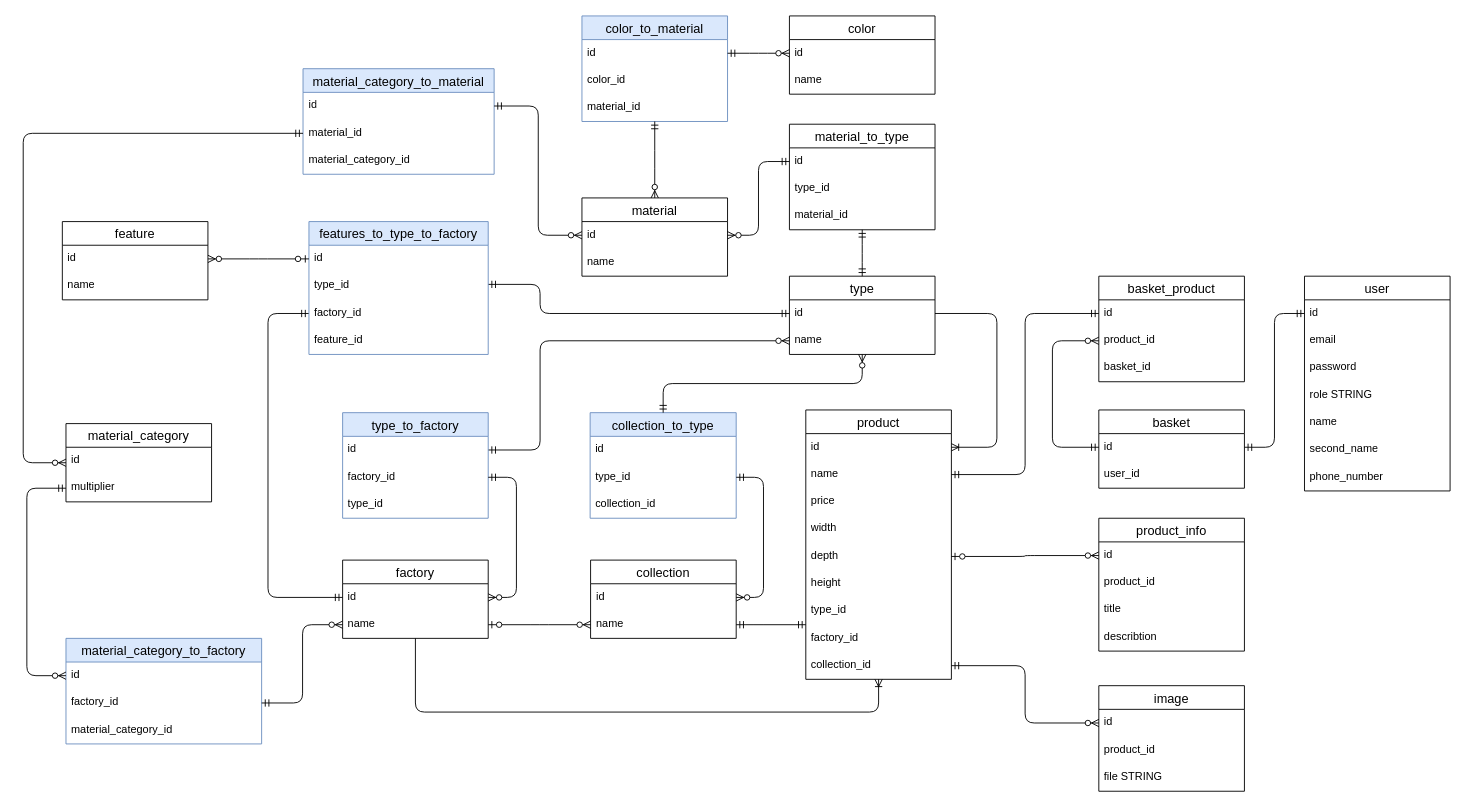
Earlier version of the draw.io diagram DB-riazanov-shop.drawio (Ingwaruz/riazanov-mebel-shop). Source tidied: cells renumbered, new cells numbered last; positions are measured from the earlier drawing's top-left corner, leaving out a move shared by most shapes. Both pictures are drawn from the tidied source at 91%, with x=0, y=0 at pixel (23, 15).
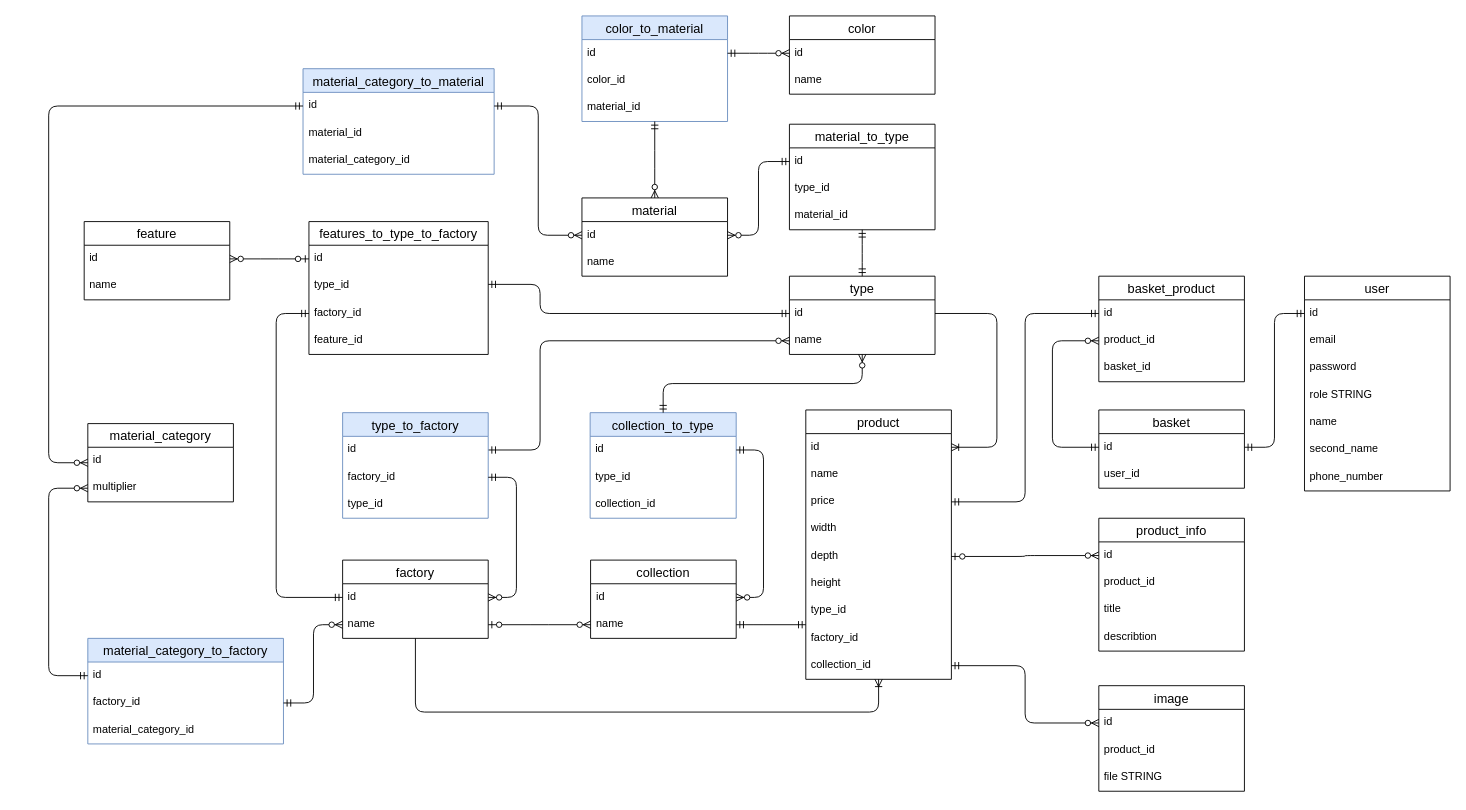
After the change.

Commit message (it also covers changes not shown here):
fix db, fix product controller, change db schema

Unchanged cells that the change refers to:
```xml
<mxCell id="15" value="name" style="text;strokeColor=none;fillColor=none;spacingLeft=4;spacingRight=4;overflow=hidden;points=[[0,0.5],[1,0.5]];portConstraint=eastwest;fontSize=12;whiteSpace=wrap;html=1;" parent="13" vertex="1">
  <mxGeometry y="56" width="160" height="30" as="geometry" />
</mxCell>
<mxCell id="16" value="price" style="text;strokeColor=none;fillColor=none;spacingLeft=4;spacingRight=4;overflow=hidden;points=[[0,0.5],[1,0.5]];portConstraint=eastwest;fontSize=12;whiteSpace=wrap;html=1;" parent="13" vertex="1">
  <mxGeometry y="86" width="160" height="30" as="geometry" />
</mxCell>
<mxCell id="24" value="id" style="text;strokeColor=none;fillColor=none;spacingLeft=4;spacingRight=4;overflow=hidden;points=[[0,0.5],[1,0.5]];portConstraint=eastwest;fontSize=12;whiteSpace=wrap;html=1;" parent="23" vertex="1">
  <mxGeometry y="26" width="160" height="30" as="geometry" />
</mxCell>
<mxCell id="36" value="id" style="text;strokeColor=none;fillColor=none;spacingLeft=4;spacingRight=4;overflow=hidden;points=[[0,0.5],[1,0.5]];portConstraint=eastwest;fontSize=12;whiteSpace=wrap;html=1;" parent="35" vertex="1">
  <mxGeometry y="26" width="160" height="30" as="geometry" />
</mxCell>
<mxCell id="42" value="id" style="text;strokeColor=none;fillColor=none;spacingLeft=4;spacingRight=4;overflow=hidden;points=[[0,0.5],[1,0.5]];portConstraint=eastwest;fontSize=12;whiteSpace=wrap;html=1;" parent="41" vertex="1">
  <mxGeometry y="26" width="160" height="30" as="geometry" />
</mxCell>
<mxCell id="61" value="multiplier" style="text;strokeColor=none;fillColor=none;spacingLeft=4;spacingRight=4;overflow=hidden;points=[[0,0.5],[1,0.5]];portConstraint=eastwest;fontSize=12;whiteSpace=wrap;html=1;" parent="59" vertex="1">
  <mxGeometry y="56" width="160" height="30" as="geometry" />
</mxCell>
<mxCell id="71" value="factory_id" style="text;strokeColor=none;fillColor=none;spacingLeft=4;spacingRight=4;overflow=hidden;points=[[0,0.5],[1,0.5]];portConstraint=eastwest;fontSize=12;whiteSpace=wrap;html=1;" parent="68" vertex="1">
  <mxGeometry y="86" width="197" height="30" as="geometry" />
</mxCell>
<mxCell id="85" value="id" style="text;strokeColor=none;fillColor=none;spacingLeft=4;spacingRight=4;overflow=hidden;points=[[0,0.5],[1,0.5]];portConstraint=eastwest;fontSize=12;whiteSpace=wrap;html=1;" parent="84" vertex="1">
  <mxGeometry y="26" width="210" height="30" as="geometry" />
</mxCell>
<mxCell id="86" value="material_id" style="text;strokeColor=none;fillColor=none;spacingLeft=4;spacingRight=4;overflow=hidden;points=[[0,0.5],[1,0.5]];portConstraint=eastwest;fontSize=12;whiteSpace=wrap;html=1;" parent="84" vertex="1">
  <mxGeometry y="56" width="210" height="30" as="geometry" />
</mxCell>
<mxCell id="89" value="id" style="text;strokeColor=none;fillColor=none;spacingLeft=4;spacingRight=4;overflow=hidden;points=[[0,0.5],[1,0.5]];portConstraint=eastwest;fontSize=12;whiteSpace=wrap;html=1;" parent="88" vertex="1">
  <mxGeometry y="26" width="215" height="30" as="geometry" />
</mxCell>
<mxCell id="93" value="id" style="text;strokeColor=none;fillColor=none;spacingLeft=4;spacingRight=4;overflow=hidden;points=[[0,0.5],[1,0.5]];portConstraint=eastwest;fontSize=12;whiteSpace=wrap;html=1;" parent="92" vertex="1">
  <mxGeometry y="26" width="160.5" height="30" as="geometry" />
</mxCell>
<mxCell id="94" value="type_id" style="text;strokeColor=none;fillColor=none;spacingLeft=4;spacingRight=4;overflow=hidden;points=[[0,0.5],[1,0.5]];portConstraint=eastwest;fontSize=12;whiteSpace=wrap;html=1;" parent="92" vertex="1">
  <mxGeometry y="56" width="160.5" height="30" as="geometry" />
</mxCell>
```

Diff of the diagram source:
```diff
@@
-    <mxCell id="40" style="edgeStyle=elbowEdgeStyle;fontSize=12;html=1;endArrow=ERmandOne;startArrow=ERmandOne;rounded=1;" parent="1" edge="1" source="36" target="15">
+    <mxCell id="40" style="edgeStyle=elbowEdgeStyle;fontSize=12;html=1;endArrow=ERmandOne;startArrow=ERmandOne;rounded=1;" parent="1" edge="1" source="36" target="16">
       <mxGeometry relative="1" as="geometry" />
     </mxCell>
@@
     <mxCell id="59" value="material_category" style="swimlane;fontStyle=0;horizontal=1;startSize=26;align=center;fontSize=14;" parent="1" vertex="1">
-      <mxGeometry x="47" y="448" width="160" height="86" as="geometry" />
+      <mxGeometry x="71" y="448" width="160" height="86" as="geometry" />
     </mxCell>
@@
     <mxCell id="62" value="feature" style="swimlane;fontStyle=0;horizontal=1;startSize=26;align=center;fontSize=14;" parent="1" vertex="1">
-      <mxGeometry x="43" y="226" width="160" height="86" as="geometry" />
+      <mxGeometry x="67" y="226" width="160" height="86" as="geometry" />
     </mxCell>
@@
     <mxCell id="67" style="edgeStyle=elbowEdgeStyle;fontSize=12;html=1;endArrow=ERmandOne;startArrow=ERmandOne;rounded=1;" parent="1" edge="1" source="71" target="24">
       <mxGeometry relative="1" as="geometry">
         <Array as="points">
-          <mxPoint x="269" y="485" />
+          <mxPoint x="278" y="485" />
         </Array>
       </mxGeometry>
     </mxCell>
-    <mxCell id="68" value="features_to_type_to_factory" style="swimlane;fontStyle=0;horizontal=1;startSize=26;align=center;fontSize=14;fillColor=#dae8fc;strokeColor=#6c8ebf;" parent="1" vertex="1">
+    <mxCell id="68" value="features_to_type_to_factory" style="swimlane;fontStyle=0;horizontal=1;startSize=26;align=center;fontSize=14;" parent="1" vertex="1">
       <mxGeometry x="314" y="226" width="197" height="146" as="geometry" />
     </mxCell>
@@
     <mxCell id="88" value="material_category_to_factory" style="swimlane;fontStyle=0;horizontal=1;startSize=26;align=center;fontSize=14;fillColor=#dae8fc;strokeColor=#6c8ebf;" parent="1" vertex="1">
-      <mxGeometry x="47" y="684" width="215" height="116" as="geometry" />
+      <mxGeometry x="71" y="684" width="215" height="116" as="geometry" />
     </mxCell>
@@
-    <mxCell id="97" style="edgeStyle=elbowEdgeStyle;fontSize=12;html=1;endArrow=ERzeroToMany;startArrow=ERmandOne;rounded=1;elbow=vertical;exitX=0;exitY=0.5;exitDx=0;exitDy=0;" parent="1" edge="1" source="86" target="59">
+    <mxCell id="97" style="edgeStyle=elbowEdgeStyle;fontSize=12;html=1;endArrow=ERzeroToMany;startArrow=ERmandOne;rounded=1;elbow=vertical;" parent="1" edge="1" source="85" target="59">
       <mxGeometry relative="1" as="geometry">
         <Array as="points">
-          <mxPoint y="129" />
+          <mxPoint x="28" y="301" />
         </Array>
       </mxGeometry>
     </mxCell>
@@
-    <mxCell id="101" style="edgeStyle=elbowEdgeStyle;fontSize=12;html=1;endArrow=ERzeroToMany;startArrow=ERmandOne;rounded=1;elbow=vertical;" parent="1" edge="1" source="61" target="89">
+    <mxCell id="101" style="edgeStyle=elbowEdgeStyle;fontSize=12;html=1;endArrow=ERzeroToMany;startArrow=ERmandOne;rounded=1;elbow=vertical;entryX=0;entryY=0.5;entryDx=0;entryDy=0;" parent="1" edge="1" source="89" target="61">
       <mxGeometry relative="1" as="geometry">
         <Array as="points">
-          <mxPoint x="4" y="676" />
+          <mxPoint x="28" y="676" />
         </Array>
       </mxGeometry>
     </mxCell>
@@
-    <mxCell id="109" style="edgeStyle=entityRelationEdgeStyle;fontSize=12;html=1;endArrow=ERzeroToMany;startArrow=ERmandOne;rounded=1;curved=0;" parent="1" edge="1" source="94" target="42">
+    <mxCell id="109" style="edgeStyle=entityRelationEdgeStyle;fontSize=12;html=1;endArrow=ERzeroToMany;startArrow=ERmandOne;rounded=1;curved=0;" parent="1" edge="1" source="93" target="42">
       <mxGeometry relative="1" as="geometry" />
     </mxCell>
```
